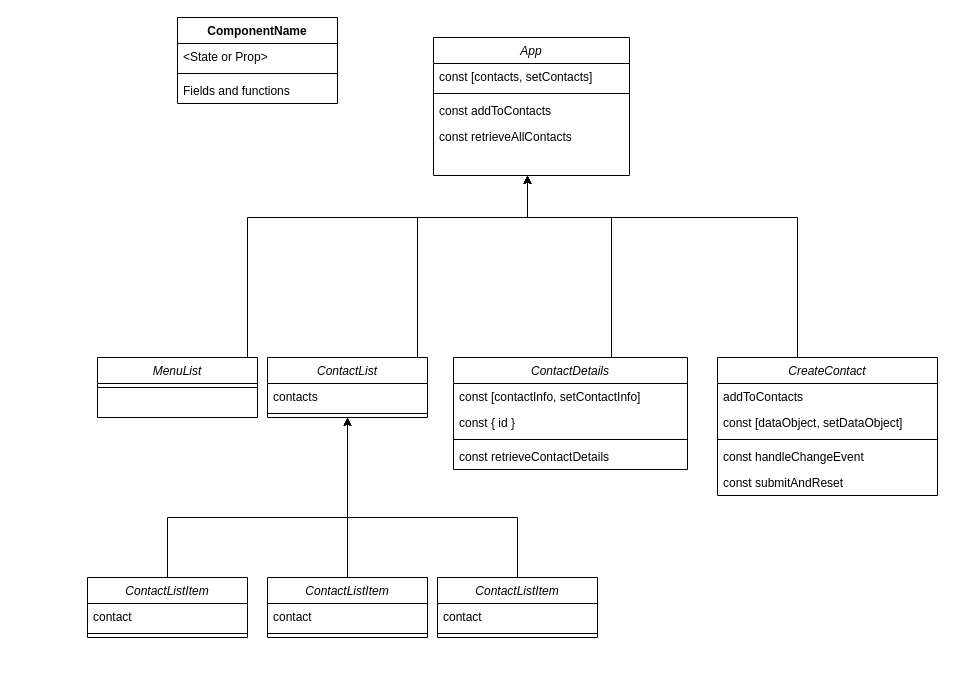
Above: react_address_book_part_1.drawio in boolean-uk/react-address-book-part-1 (draw.io), before the change. Source tidied: cells renumbered, new cells numbered last; positions are measured from the earlier drawing's top-left corner, leaving out a move shared by most shapes. Both pictures are drawn from the tidied source at 100%, with x=0, y=0 at pixel (87, 17).
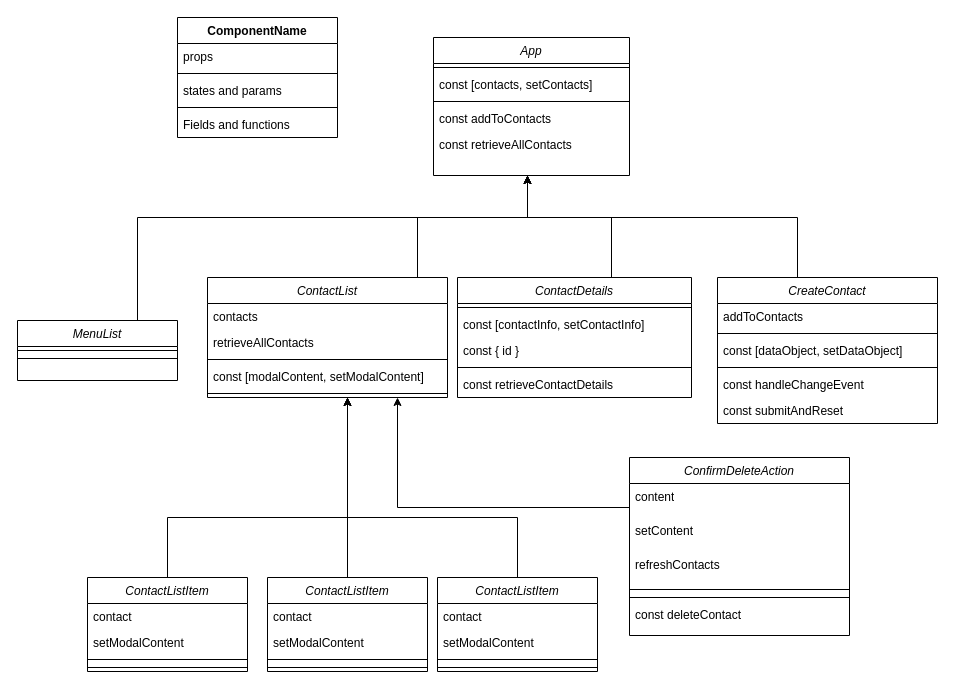
The same page after the edit.

Commit message (it also covers changes not shown here):
Extension 1/3 - Updated component tree and state_model to handle deletions

Unchanged cells that the change refers to:
```xml
<mxCell id="2" value="App" style="swimlane;fontStyle=2;align=center;verticalAlign=top;horizontal=1;startSize=26;rounded=0;shadow=0;strokeWidth=1;" parent="1" vertex="1">
  <mxGeometry x="346" y="20" width="196" height="138" as="geometry" />
</mxCell>
```

Diff of the diagram source:
```diff
@@
+    <mxCell id="43" style="line;strokeWidth=1;fillColor=none;align=left;verticalAlign=middle;spacingTop=-1;spacingLeft=3;spacingRight=3;labelPosition=right;strokeColor=inherit;" parent="2" vertex="1">
+      <mxGeometry y="26" width="196" height="8" as="geometry" />
+    </mxCell>
     <mxCell id="3" value="const [contacts, setContacts]" style="text;strokeColor=none;fillColor=none;align=left;verticalAlign=top;spacingLeft=4;spacingRight=4;overflow=hidden;whiteSpace=wrap;html=1;" parent="2" vertex="1">
-      <mxGeometry y="26" width="196" height="26" as="geometry" />
+      <mxGeometry y="34" width="196" height="26" as="geometry" />
     </mxCell>
     <mxCell id="4" style="line;html=1;strokeWidth=1;align=left;verticalAlign=middle;spacingTop=-1;spacingLeft=3;spacingRight=3;labelPosition=right;" parent="2" vertex="1">
-      <mxGeometry y="52" width="196" height="8" as="geometry" />
+      <mxGeometry y="60" width="196" height="8" as="geometry" />
     </mxCell>
     <mxCell id="5" value="const addToContacts" style="text;strokeColor=none;fillColor=none;align=left;verticalAlign=top;spacingLeft=4;spacingRight=4;overflow=hidden;whiteSpace=wrap;html=1;" parent="2" vertex="1">
-      <mxGeometry y="60" width="196" height="26" as="geometry" />
+      <mxGeometry y="68" width="196" height="26" as="geometry" />
     </mxCell>
     <mxCell id="6" value="const retrieveAllContacts" style="text;strokeColor=none;fillColor=none;align=left;verticalAlign=top;spacingLeft=4;spacingRight=4;overflow=hidden;whiteSpace=wrap;html=1;" parent="2" vertex="1">
-      <mxGeometry y="86" width="196" height="26" as="geometry" />
+      <mxGeometry y="94" width="196" height="26" as="geometry" />
     </mxCell>
     <mxCell id="7" style="edgeStyle=orthogonalEdgeStyle;rounded=0;jettySize=auto;html=1;" parent="1" edge="1" source="8" target="2">
       <mxGeometry relative="1" as="geometry">
         <Array as="points">
-          <mxPoint x="160" y="200" />
+          <mxPoint x="50" y="200" />
           <mxPoint x="440" y="200" />
         </Array>
       </mxGeometry>
     </mxCell>
     <mxCell id="8" value="MenuList" style="swimlane;fontStyle=2;align=center;verticalAlign=top;horizontal=1;startSize=26;rounded=0;shadow=0;strokeWidth=1;" parent="1" vertex="1">
-      <mxGeometry x="10" y="340" width="160" height="60" as="geometry" />
+      <mxGeometry x="-70" y="303" width="160" height="60" as="geometry" />
     </mxCell>
@@
+    <mxCell id="44" style="line;strokeWidth=1;fillColor=none;align=left;verticalAlign=middle;spacingTop=-1;spacingLeft=3;spacingRight=3;labelPosition=right;strokeColor=inherit;" parent="8" vertex="1">
+      <mxGeometry y="34" width="160" height="8" as="geometry" />
+    </mxCell>
@@
     <mxCell id="11" value="ContactList" style="swimlane;fontStyle=2;align=center;verticalAlign=top;horizontal=1;startSize=26;rounded=0;shadow=0;strokeWidth=1;" parent="1" vertex="1">
-      <mxGeometry x="180" y="340" width="160" height="60" as="geometry" />
+      <mxGeometry x="120" y="260" width="240" height="120" as="geometry" />
     </mxCell>
     <mxCell id="12" value="contacts" style="text;strokeColor=none;fillColor=none;align=left;verticalAlign=top;spacingLeft=4;spacingRight=4;overflow=hidden;whiteSpace=wrap;html=1;" parent="11" vertex="1">
-      <mxGeometry y="26" width="160" height="26" as="geometry" />
+      <mxGeometry y="26" width="240" height="26" as="geometry" />
     </mxCell>
+    <mxCell id="45" value="retrieveAllContacts" style="text;strokeColor=none;fillColor=none;align=left;verticalAlign=top;spacingLeft=4;spacingRight=4;overflow=hidden;whiteSpace=wrap;html=1;" parent="11" vertex="1">
+      <mxGeometry y="52" width="240" height="26" as="geometry" />
+    </mxCell>
+    <mxCell id="46" style="line;strokeWidth=1;fillColor=none;align=left;verticalAlign=middle;spacingTop=-1;spacingLeft=3;spacingRight=3;labelPosition=right;strokeColor=inherit;" parent="11" vertex="1">
+      <mxGeometry y="78" width="240" height="8" as="geometry" />
+    </mxCell>
+    <mxCell id="47" value="const [modalContent, setModalContent]" style="text;strokeColor=none;fillColor=none;align=left;verticalAlign=top;spacingLeft=4;spacingRight=4;overflow=hidden;whiteSpace=wrap;html=1;" parent="11" vertex="1">
+      <mxGeometry y="86" width="240" height="26" as="geometry" />
+    </mxCell>
     <mxCell id="13" style="line;html=1;strokeWidth=1;align=left;verticalAlign=middle;spacingTop=-1;spacingLeft=3;spacingRight=3;labelPosition=right;" parent="11" vertex="1">
-      <mxGeometry y="52" width="160" height="8" as="geometry" />
+      <mxGeometry y="112" width="240" height="8" as="geometry" />
     </mxCell>
@@
     <mxCell id="15" value="ContactDetails" style="swimlane;fontStyle=2;align=center;verticalAlign=top;horizontal=1;startSize=26;rounded=0;shadow=0;strokeWidth=1;" parent="1" vertex="1">
-      <mxGeometry x="366" y="340" width="234" height="112" as="geometry" />
+      <mxGeometry x="370" y="260" width="234" height="120" as="geometry" />
     </mxCell>
+    <mxCell id="48" style="line;strokeWidth=1;fillColor=none;align=left;verticalAlign=middle;spacingTop=-1;spacingLeft=3;spacingRight=3;labelPosition=right;strokeColor=inherit;" parent="15" vertex="1">
+      <mxGeometry y="26" width="234" height="8" as="geometry" />
+    </mxCell>
     <mxCell id="16" value="const [contactInfo, setContactInfo]" style="text;strokeColor=none;fillColor=none;align=left;verticalAlign=top;spacingLeft=4;spacingRight=4;overflow=hidden;whiteSpace=wrap;html=1;" parent="15" vertex="1">
-      <mxGeometry y="26" width="234" height="26" as="geometry" />
+      <mxGeometry y="34" width="234" height="26" as="geometry" />
     </mxCell>
     <mxCell id="17" value="const { id }" style="text;strokeColor=none;fillColor=none;align=left;verticalAlign=top;spacingLeft=4;spacingRight=4;overflow=hidden;whiteSpace=wrap;html=1;" parent="15" vertex="1">
-      <mxGeometry y="52" width="234" height="26" as="geometry" />
+      <mxGeometry y="60" width="234" height="26" as="geometry" />
     </mxCell>
     <mxCell id="18" style="line;html=1;strokeWidth=1;align=left;verticalAlign=middle;spacingTop=-1;spacingLeft=3;spacingRight=3;labelPosition=right;" parent="15" vertex="1">
-      <mxGeometry y="78" width="234" height="8" as="geometry" />
+      <mxGeometry y="86" width="234" height="8" as="geometry" />
     </mxCell>
     <mxCell id="19" value="const retrieveContactDetails" style="text;strokeColor=none;fillColor=none;align=left;verticalAlign=top;spacingLeft=4;spacingRight=4;overflow=hidden;whiteSpace=wrap;html=1;" parent="15" vertex="1">
-      <mxGeometry y="86" width="234" height="26" as="geometry" />
+      <mxGeometry y="94" width="234" height="26" as="geometry" />
     </mxCell>
@@
     <mxCell id="21" value="CreateContact" style="swimlane;fontStyle=2;align=center;verticalAlign=top;horizontal=1;startSize=26;rounded=0;shadow=0;strokeWidth=1;" parent="1" vertex="1">
-      <mxGeometry x="630" y="340" width="220" height="138" as="geometry" />
+      <mxGeometry x="630" y="260" width="220" height="146" as="geometry" />
     </mxCell>
@@
+    <mxCell id="49" style="line;strokeWidth=1;fillColor=none;align=left;verticalAlign=middle;spacingTop=-1;spacingLeft=3;spacingRight=3;labelPosition=right;strokeColor=inherit;" parent="21" vertex="1">
+      <mxGeometry y="52" width="220" height="8" as="geometry" />
+    </mxCell>
     <mxCell id="23" value="const [dataObject, setDataObject]" style="text;strokeColor=none;fillColor=none;align=left;verticalAlign=top;spacingLeft=4;spacingRight=4;overflow=hidden;whiteSpace=wrap;html=1;" parent="21" vertex="1">
-      <mxGeometry y="52" width="220" height="26" as="geometry" />
+      <mxGeometry y="60" width="220" height="26" as="geometry" />
     </mxCell>
     <mxCell id="24" style="line;html=1;strokeWidth=1;align=left;verticalAlign=middle;spacingTop=-1;spacingLeft=3;spacingRight=3;labelPosition=right;" parent="21" vertex="1">
-      <mxGeometry y="78" width="220" height="8" as="geometry" />
+      <mxGeometry y="86" width="220" height="8" as="geometry" />
     </mxCell>
     <mxCell id="25" value="const handleChangeEvent" style="text;strokeColor=none;fillColor=none;align=left;verticalAlign=top;spacingLeft=4;spacingRight=4;overflow=hidden;whiteSpace=wrap;html=1;" parent="21" vertex="1">
-      <mxGeometry y="86" width="220" height="26" as="geometry" />
+      <mxGeometry y="94" width="220" height="26" as="geometry" />
     </mxCell>
     <mxCell id="26" value="const submitAndReset" style="text;strokeColor=none;fillColor=none;align=left;verticalAlign=top;spacingLeft=4;spacingRight=4;overflow=hidden;whiteSpace=wrap;html=1;" parent="21" vertex="1">
-      <mxGeometry y="112" width="220" height="26" as="geometry" />
+      <mxGeometry y="120" width="220" height="26" as="geometry" />
     </mxCell>
@@
     <mxCell id="28" value="ContactListItem" style="swimlane;fontStyle=2;align=center;verticalAlign=top;horizontal=1;startSize=26;rounded=0;shadow=0;strokeWidth=1;" parent="1" vertex="1">
-      <mxGeometry y="560" width="160" height="60" as="geometry" />
+      <mxGeometry y="560" width="160" height="94" as="geometry" />
     </mxCell>
@@
+    <mxCell id="50" value="setModalContent" style="text;strokeColor=none;fillColor=none;align=left;verticalAlign=top;spacingLeft=4;spacingRight=4;overflow=hidden;whiteSpace=wrap;html=1;" parent="28" vertex="1">
+      <mxGeometry y="52" width="160" height="26" as="geometry" />
+    </mxCell>
+    <mxCell id="51" style="line;strokeWidth=1;fillColor=none;align=left;verticalAlign=middle;spacingTop=-1;spacingLeft=3;spacingRight=3;labelPosition=right;strokeColor=inherit;" parent="28" vertex="1">
+      <mxGeometry y="78" width="160" height="8" as="geometry" />
+    </mxCell>
     <mxCell id="30" style="line;html=1;strokeWidth=1;align=left;verticalAlign=middle;spacingTop=-1;spacingLeft=3;spacingRight=3;labelPosition=right;" parent="28" vertex="1">
-      <mxGeometry y="52" width="160" height="8" as="geometry" />
+      <mxGeometry y="86" width="160" height="8" as="geometry" />
     </mxCell>
     <mxCell id="31" value="ComponentName" style="swimlane;fontStyle=1;align=center;verticalAlign=top;horizontal=1;startSize=26;whiteSpace=wrap;html=1;" parent="1" vertex="1">
-      <mxGeometry x="90" width="160" height="86" as="geometry" />
+      <mxGeometry x="90" width="160" height="120" as="geometry" />
     </mxCell>
-    <mxCell id="32" value="&amp;lt;State or Prop&amp;gt;" style="text;strokeColor=none;fillColor=none;align=left;verticalAlign=top;spacingLeft=4;spacingRight=4;overflow=hidden;whiteSpace=wrap;html=1;" parent="31" vertex="1">
+    <mxCell id="32" value="props" style="text;strokeColor=none;fillColor=none;align=left;verticalAlign=top;spacingLeft=4;spacingRight=4;overflow=hidden;whiteSpace=wrap;html=1;" parent="31" vertex="1">
       <mxGeometry y="26" width="160" height="26" as="geometry" />
     </mxCell>
@@
+    <mxCell id="52" value="states and params" style="text;strokeColor=none;fillColor=none;align=left;verticalAlign=top;spacingLeft=4;spacingRight=4;overflow=hidden;whiteSpace=wrap;html=1;" parent="31" vertex="1">
+      <mxGeometry y="60" width="160" height="26" as="geometry" />
+    </mxCell>
+    <mxCell id="53" style="line;strokeWidth=1;fillColor=none;align=left;verticalAlign=middle;spacingTop=-1;spacingLeft=3;spacingRight=3;labelPosition=right;strokeColor=inherit;" parent="31" vertex="1">
+      <mxGeometry y="86" width="160" height="8" as="geometry" />
+    </mxCell>
     <mxCell id="34" value="Fields and functions" style="text;strokeColor=none;fillColor=none;align=left;verticalAlign=top;spacingLeft=4;spacingRight=4;overflow=hidden;whiteSpace=wrap;html=1;" parent="31" vertex="1">
-      <mxGeometry y="60" width="160" height="26" as="geometry" />
+      <mxGeometry y="94" width="160" height="26" as="geometry" />
     </mxCell>
     <mxCell id="35" style="edgeStyle=orthogonalEdgeStyle;rounded=0;jettySize=auto;html=1;" parent="1" edge="1" source="36" target="11">
-      <mxGeometry relative="1" as="geometry" />
+      <mxGeometry relative="1" as="geometry">
+        <Array as="points">
+          <mxPoint x="260" y="430" />
+          <mxPoint x="260" y="430" />
+        </Array>
+      </mxGeometry>
     </mxCell>
     <mxCell id="36" value="ContactListItem" style="swimlane;fontStyle=2;align=center;verticalAlign=top;horizontal=1;startSize=26;rounded=0;shadow=0;strokeWidth=1;" parent="1" vertex="1">
-      <mxGeometry x="180" y="560" width="160" height="60" as="geometry" />
+      <mxGeometry x="180" y="560" width="160" height="94" as="geometry" />
     </mxCell>
@@
+    <mxCell id="54" value="setModalContent" style="text;strokeColor=none;fillColor=none;align=left;verticalAlign=top;spacingLeft=4;spacingRight=4;overflow=hidden;whiteSpace=wrap;html=1;" parent="36" vertex="1">
+      <mxGeometry y="52" width="160" height="26" as="geometry" />
+    </mxCell>
+    <mxCell id="55" style="line;strokeWidth=1;fillColor=none;align=left;verticalAlign=middle;spacingTop=-1;spacingLeft=3;spacingRight=3;labelPosition=right;strokeColor=inherit;" parent="36" vertex="1">
+      <mxGeometry y="78" width="160" height="8" as="geometry" />
+    </mxCell>
     <mxCell id="38" style="line;html=1;strokeWidth=1;align=left;verticalAlign=middle;spacingTop=-1;spacingLeft=3;spacingRight=3;labelPosition=right;" parent="36" vertex="1">
-      <mxGeometry y="52" width="160" height="8" as="geometry" />
+      <mxGeometry y="86" width="160" height="8" as="geometry" />
     </mxCell>
@@
     <mxCell id="40" value="ContactListItem" style="swimlane;fontStyle=2;align=center;verticalAlign=top;horizontal=1;startSize=26;rounded=0;shadow=0;strokeWidth=1;" parent="1" vertex="1">
-      <mxGeometry x="350" y="560" width="160" height="60" as="geometry" />
+      <mxGeometry x="350" y="560" width="160" height="94" as="geometry" />
     </mxCell>
@@
+    <mxCell id="56" value="setModalContent" style="text;strokeColor=none;fillColor=none;align=left;verticalAlign=top;spacingLeft=4;spacingRight=4;overflow=hidden;whiteSpace=wrap;html=1;" parent="40" vertex="1">
+      <mxGeometry y="52" width="160" height="26" as="geometry" />
+    </mxCell>
+    <mxCell id="57" style="line;strokeWidth=1;fillColor=none;align=left;verticalAlign=middle;spacingTop=-1;spacingLeft=3;spacingRight=3;labelPosition=right;strokeColor=inherit;" parent="40" vertex="1">
+      <mxGeometry y="78" width="160" height="8" as="geometry" />
+    </mxCell>
     <mxCell id="42" style="line;html=1;strokeWidth=1;align=left;verticalAlign=middle;spacingTop=-1;spacingLeft=3;spacingRight=3;labelPosition=right;" parent="40" vertex="1">
-      <mxGeometry y="52" width="160" height="8" as="geometry" />
+      <mxGeometry y="86" width="160" height="8" as="geometry" />
     </mxCell>
+    <mxCell id="58" style="edgeStyle=orthogonalEdgeStyle;rounded=0;jettySize=auto;html=1;" parent="1" edge="1" source="59" target="11">
+      <mxGeometry relative="1" as="geometry">
+        <Array as="points">
+          <mxPoint x="652" y="490" />
+          <mxPoint x="310" y="490" />
+        </Array>
+      </mxGeometry>
+    </mxCell>
+    <mxCell id="59" value="ConfirmDeleteAction" style="swimlane;fontStyle=2;align=center;verticalAlign=top;horizontal=1;startSize=26;rounded=0;shadow=0;strokeWidth=1;" parent="1" vertex="1">
+      <mxGeometry x="542" y="440" width="220" height="178" as="geometry" />
+    </mxCell>
+    <mxCell id="60" value="content" style="text;strokeColor=none;fillColor=none;align=left;verticalAlign=top;spacingLeft=4;spacingRight=4;overflow=hidden;whiteSpace=wrap;html=1;" parent="59" vertex="1">
+      <mxGeometry y="26" width="220" height="34" as="geometry" />
+    </mxCell>
+    <mxCell id="61" value="setContent" style="text;strokeColor=none;fillColor=none;align=left;verticalAlign=top;spacingLeft=4;spacingRight=4;overflow=hidden;whiteSpace=wrap;html=1;" parent="59" vertex="1">
+      <mxGeometry y="60" width="220" height="34" as="geometry" />
+    </mxCell>
+    <mxCell id="62" value="refreshContacts" style="text;strokeColor=none;fillColor=none;align=left;verticalAlign=top;spacingLeft=4;spacingRight=4;overflow=hidden;whiteSpace=wrap;html=1;" parent="59" vertex="1">
+      <mxGeometry y="94" width="220" height="34" as="geometry" />
+    </mxCell>
+    <mxCell id="63" style="line;strokeWidth=1;fillColor=none;align=left;verticalAlign=middle;spacingTop=-1;spacingLeft=3;spacingRight=3;labelPosition=right;strokeColor=inherit;" parent="59" vertex="1">
+      <mxGeometry y="128" width="220" height="8" as="geometry" />
+    </mxCell>
+    <mxCell id="64" style="line;html=1;strokeWidth=1;align=left;verticalAlign=middle;spacingTop=-1;spacingLeft=3;spacingRight=3;labelPosition=right;" parent="59" vertex="1">
+      <mxGeometry y="136" width="220" height="8" as="geometry" />
+    </mxCell>
+    <mxCell id="65" value="const deleteContact" style="text;strokeColor=none;fillColor=none;align=left;verticalAlign=top;spacingLeft=4;spacingRight=4;overflow=hidden;whiteSpace=wrap;html=1;" parent="59" vertex="1">
+      <mxGeometry y="144" width="220" height="34" as="geometry" />
+    </mxCell>
```
